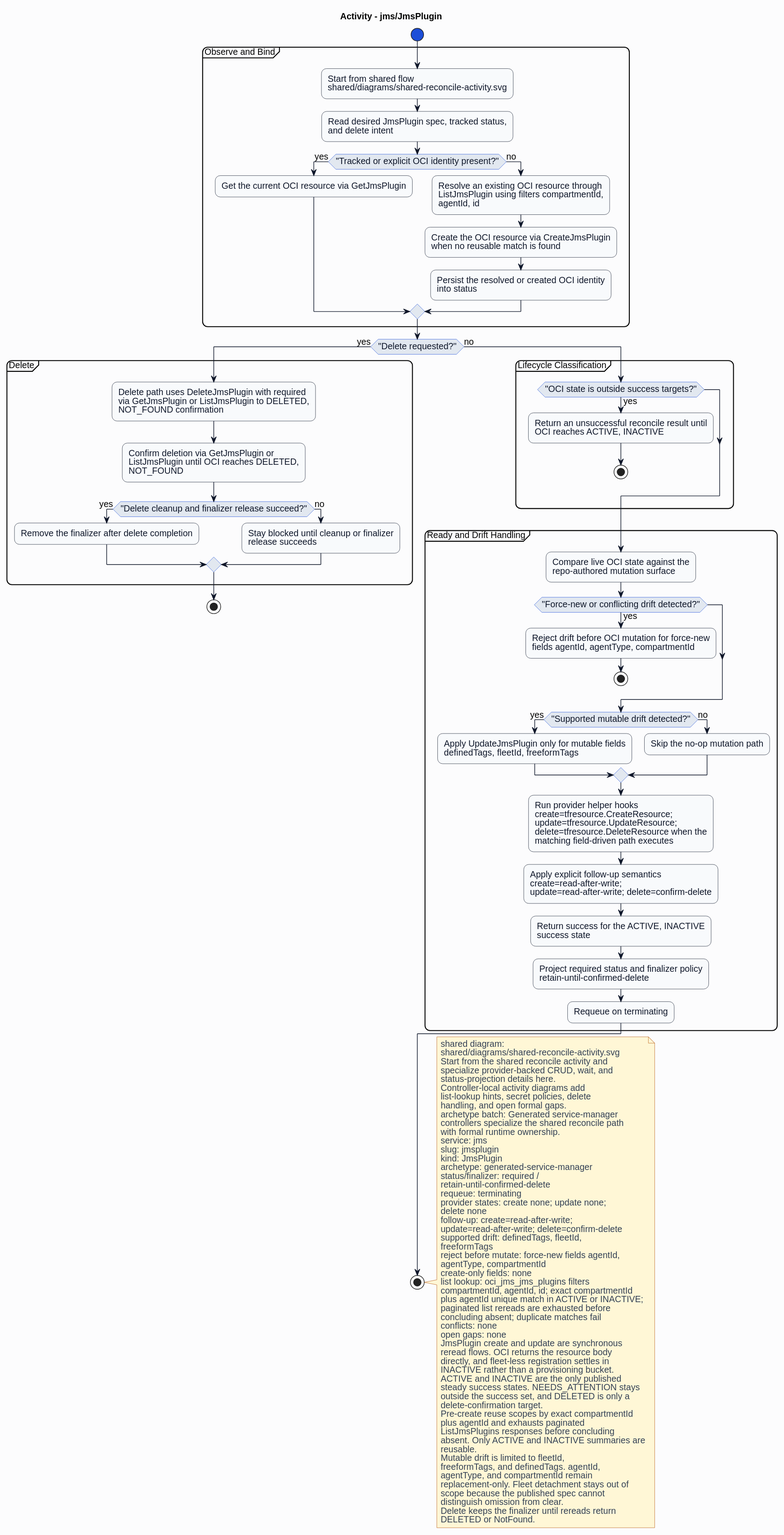
HaoyL666/oci-service-operator keeps this PlantUML diagram as formal/controllers/jms/jmsplugin/diagrams/activity.svg. Above is the earlier version.
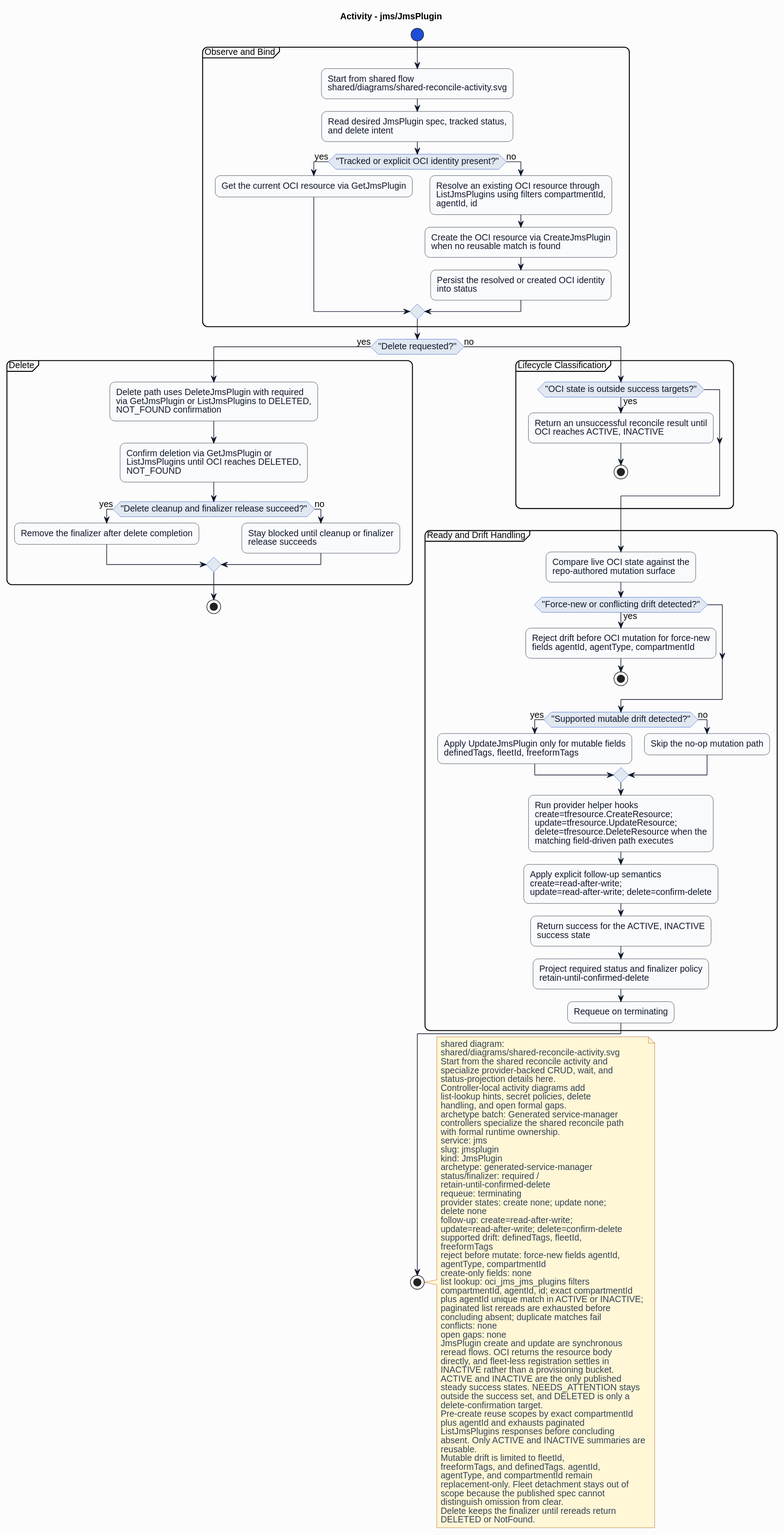
The same file after the commit.

Change to the diagram source:
```diff
@@ -27,15 +27,15 @@
 if ("Tracked or explicit OCI identity present?") then (yes)
 :Get the current OCI resource via GetJmsPlugin;
 else (no)
-:Resolve an existing OCI resource through\nListJmsPlugin using filters compartmentId,\nagentId, id;
+:Resolve an existing OCI resource through\nListJmsPlugins using filters compartmentId,\nagentId, id;
 :Create the OCI resource via CreateJmsPlugin\nwhen no reusable match is found;
 :Persist the resolved or created OCI identity\ninto status;
 endif
 }
 if ("Delete requested?") then (yes)
 partition "Delete" {
-:Delete path uses DeleteJmsPlugin with required\nvia GetJmsPlugin or ListJmsPlugin to DELETED,\nNOT_FOUND confirmation;
-:Confirm deletion via GetJmsPlugin or\nListJmsPlugin until OCI reaches DELETED,\nNOT_FOUND;
+:Delete path uses DeleteJmsPlugin with required\nvia GetJmsPlugin or ListJmsPlugins to DELETED,\nNOT_FOUND confirmation;
+:Confirm deletion via GetJmsPlugin or\nListJmsPlugins until OCI reaches DELETED,\nNOT_FOUND;
 if ("Delete cleanup and finalizer release succeed?") then (yes)
 :Remove the finalizer after delete completion;
 else (no)
```
